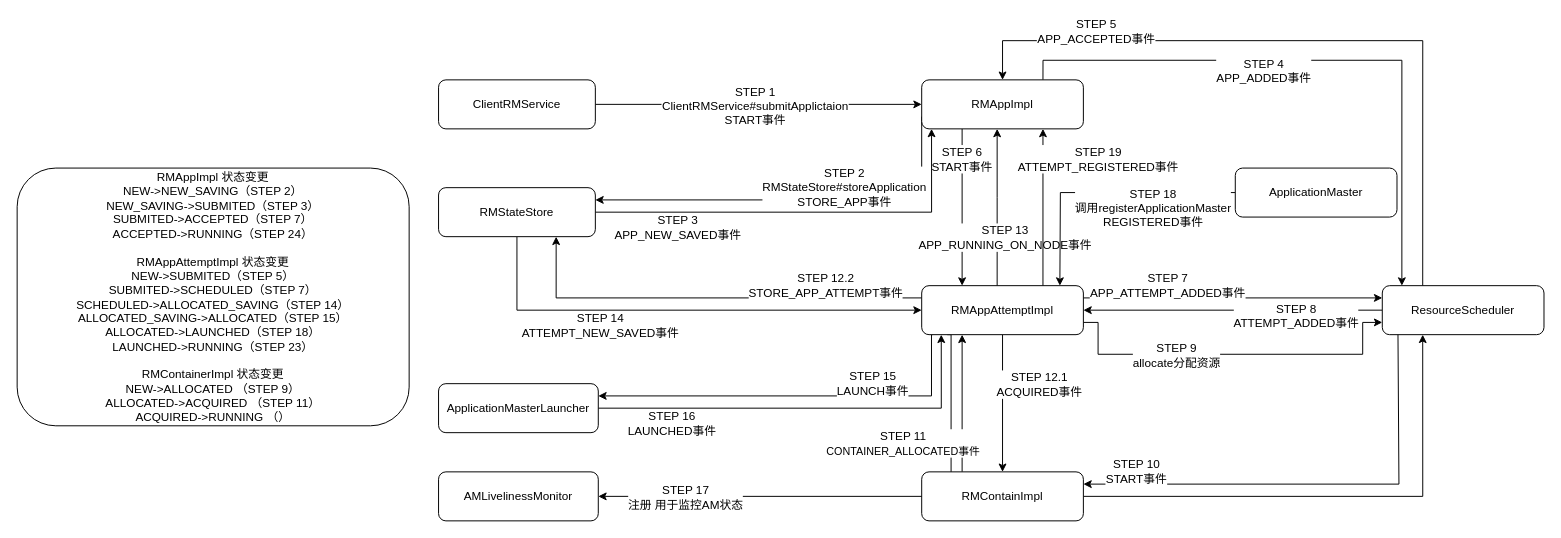
The draw.io diagram 启动ApplicationMaster流程.drawio in Xiwu1994/chart, before the edit. Source tidied: cells renumbered, new cells numbered last; positions are measured from the earlier drawing's top-left corner, leaving out a move shared by most shapes. Both pictures are drawn from the tidied source at 98%, with x=0, y=0 at pixel (17, 40).
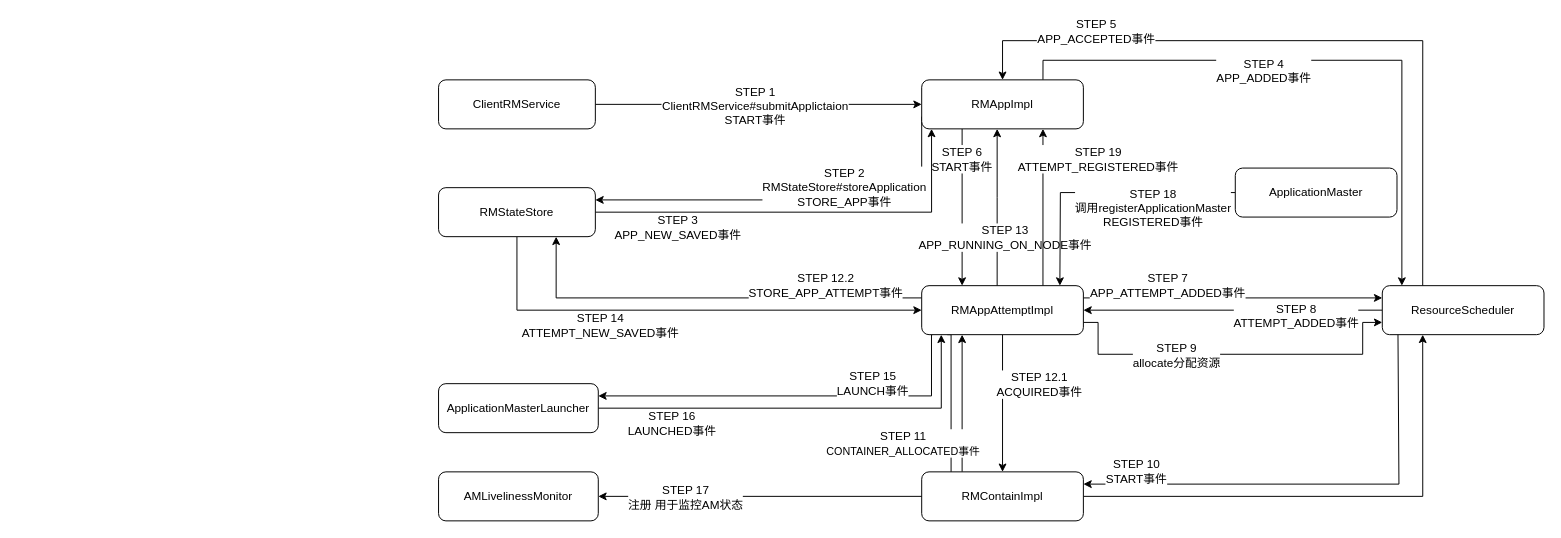
After the change.

Diff of the diagram source:
```diff
@@
-    <mxCell id="2" value="RMAppImpl 状态变更&lt;br&gt;NEW-&amp;gt;NEW_SAVING（STEP 2）&lt;br&gt;NEW_SAVING-&amp;gt;SUBMITED（STEP 3）&lt;br&gt;SUBMITED-&amp;gt;ACCEPTED（STEP 7）&lt;br&gt;ACCEPTED-&amp;gt;RUNNING（STEP 24）&lt;br&gt;&lt;br&gt;RMAppAttemptImpl 状态变更&lt;br&gt;NEW-&amp;gt;SUBMITED（STEP 5）&lt;br&gt;SUBMITED-&amp;gt;SCHEDULED（STEP 7）&lt;br&gt;SCHEDULED-&amp;gt;ALLOCATED_SAVING（STEP 14）&lt;br&gt;ALLOCATED_SAVING-&amp;gt;ALLOCATED（STEP 15）&lt;br&gt;ALLOCATED-&amp;gt;LAUNCHED（STEP 18）&lt;br&gt;LAUNCHED-&amp;gt;RUNNING（STEP 23）&lt;br&gt;&lt;br&gt;RMContainerImpl 状态变更&lt;br&gt;NEW-&amp;gt;ALLOCATED （STEP 9）&lt;br&gt;ALLOCATED-&amp;gt;ACQUIRED （STEP 11）&lt;br&gt;ACQUIRED-&amp;gt;RUNNING （）" style="rounded=1;whiteSpace=wrap;html=1;" parent="1" vertex="1">
-      <mxGeometry y="130" width="400" height="263" as="geometry" />
-    </mxCell>
```
